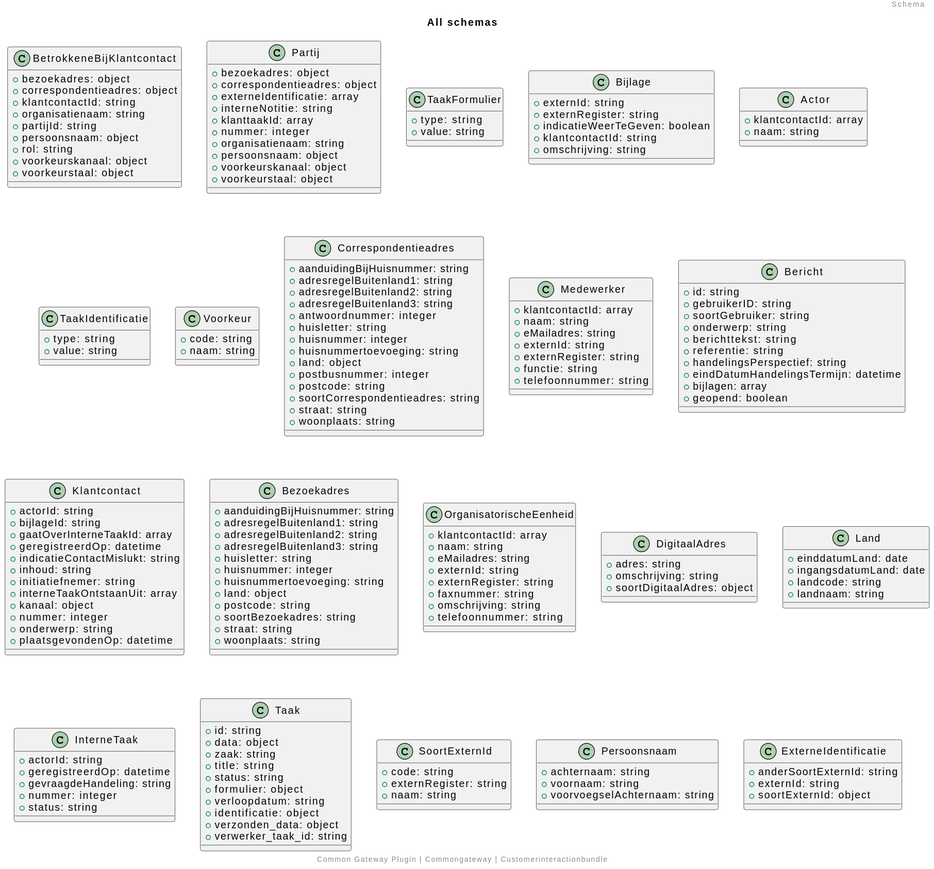
Above: docs/schema/all_schema_classes.svg in CommonGateway/CustomerInteractionBundle (PlantUML), before the change.
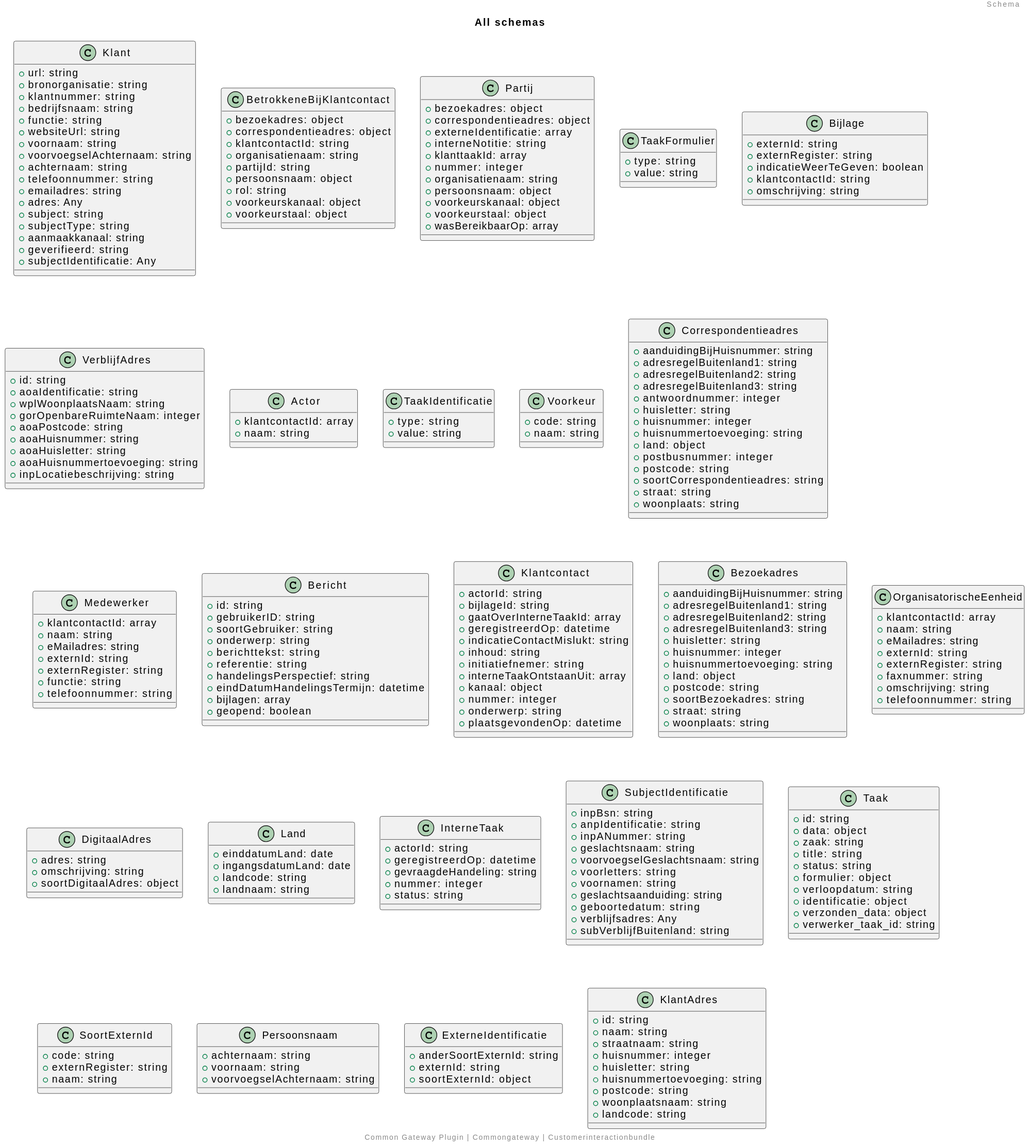
The same diagram one commit later.

Diff of the diagram source:
```diff
@@ -2,6 +2,25 @@
 title: All schemas
 footer: Common Gateway Plugin | Commongateway | Customerinteractionbundle
 header: Schema
+class Klant {
+  + url: string
+  + bronorganisatie: string
+  + klantnummer: string
+  + bedrijfsnaam: string
+  + functie: string
+  + websiteUrl: string
+  + voornaam: string
+  + voorvoegselAchternaam: string
+  + achternaam: string
+  + telefoonnummer: string
+  + emailadres: string
+  + adres: Any
+  + subject: string
+  + subjectType: string
+  + aanmaakkanaal: string
+  + geverifieerd: string
+  + subjectIdentificatie: Any
+}
 class BetrokkeneBijKlantcontact {
   + bezoekadres: object
   + correspondentieadres: object
@@ -24,6 +43,7 @@
   + persoonsnaam: object
   + voorkeurskanaal: object
   + voorkeurstaal: object
+  + wasBereikbaarOp: array
 }
 class TaakFormulier {
   + type: string
@@ -35,6 +55,17 @@
   + indicatieWeerTeGeven: boolean
   + klantcontactId: string
   + omschrijving: string
+}
+class VerblijfAdres {
+  + id: string
+  + aoaIdentificatie: string
+  + wplWoonplaatsNaam: string
+  + gorOpenbareRuimteNaam: integer
+  + aoaPostcode: string
+  + aoaHuisnummer: string
+  + aoaHuisletter: string
+  + aoaHuisnummertoevoeging: string
+  + inpLocatiebeschrijving: string
 }
 class Actor {
   + klantcontactId: array
@@ -141,6 +172,19 @@
   + nummer: integer
   + status: string
 }
+class SubjectIdentificatie {
+  + inpBsn: string
+  + anpIdentificatie: string
+  + inpANummer: string
+  + geslachtsnaam: string
+  + voorvoegselGeslachtsnaam: string
+  + voorletters: string
+  + voornamen: string
+  + geslachtsaanduiding: string
+  + geboortedatum: string
+  + verblijfsadres: Any
+  + subVerblijfBuitenland: string
+}
 class Taak {
   + id: string
   + data: object
@@ -168,4 +212,15 @@
   + externId: string
   + soortExternId: object
 }
+class KlantAdres {
+  + id: string
+  + naam: string
+  + straatnaam: string
+  + huisnummer: integer
+  + huisletter: string
+  + huisnummertoevoeging: string
+  + postcode: string
+  + woonplaatsnaam: string
+  + landcode: string
+}
 @enduml
```
